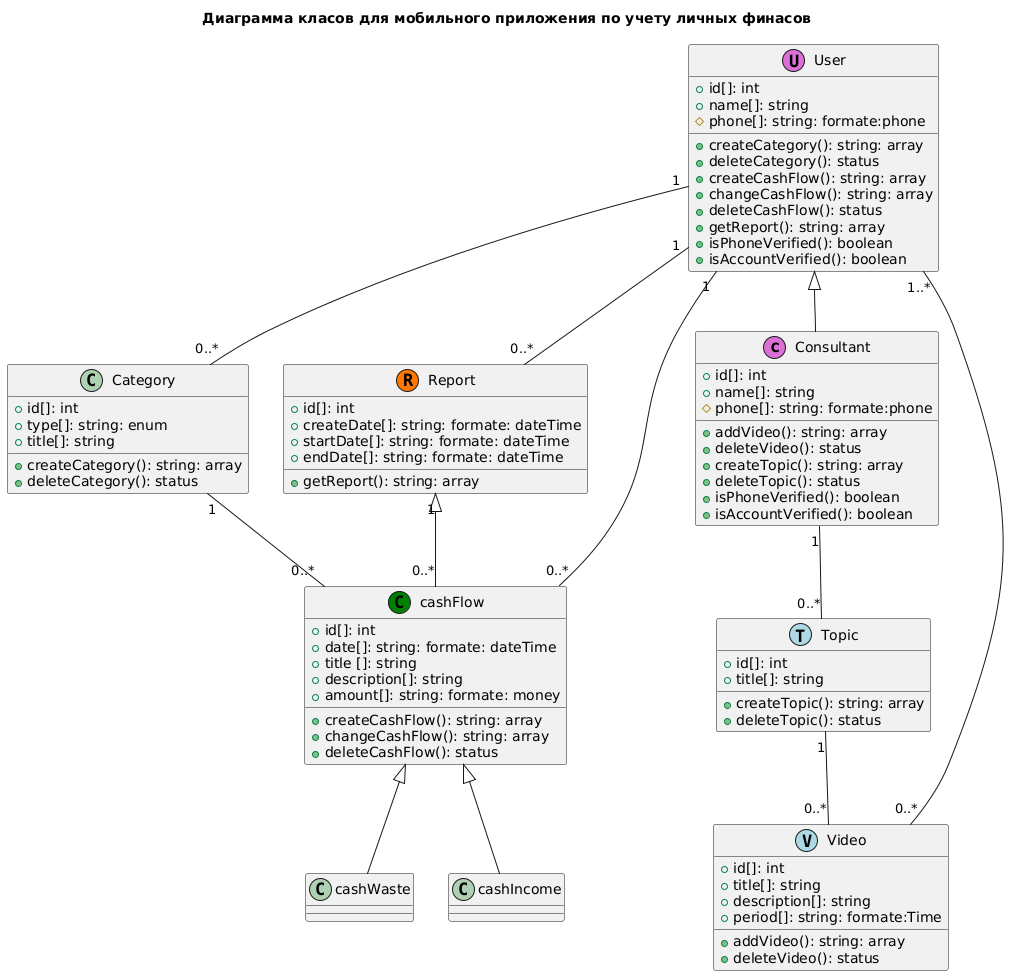
Earlier version of the PlantUML export mobileapp.png (OksanaKuznetsova19/UML-and-BPMN-Diagrams).
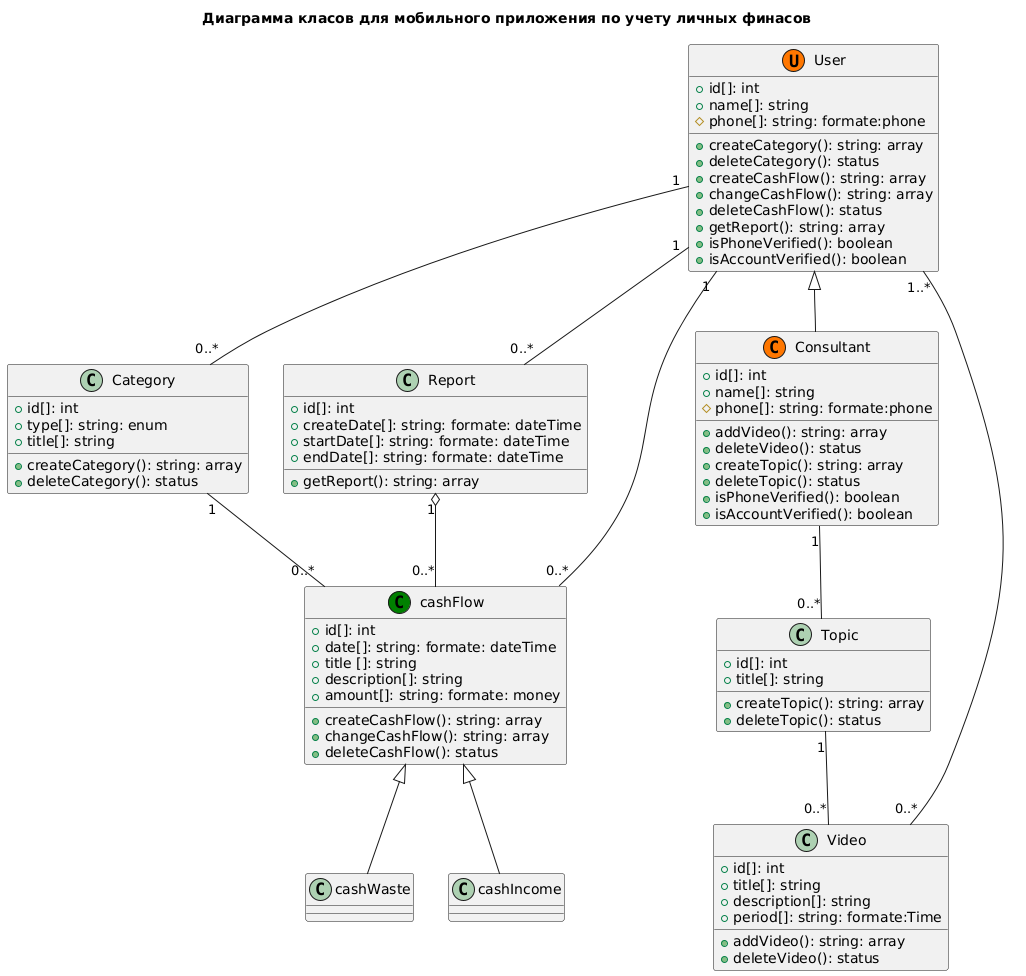
The same diagram one commit later.

The edit, as a diff of the source:
```diff
@@ -5,7 +5,7 @@
  together {
 
 
-class Consultant << (с,orchid) >> {
+class Consultant << (C,#FF7700) >> {
 +id[]: int
 +name[]: string
 #phone[]: string: formate:phone
@@ -16,7 +16,7 @@
 +isPhoneVerified(): boolean
 +isAccountVerified(): boolean
 }
-class User << (U,orchid) >> {
+class User << (U,#FF7700) >> {
 +id[]: int
 +name[]: string
 #phone[]: string: formate:phone
@@ -32,14 +32,14 @@
 }
 
 together {
-class Topic << (T,lightblue) >>{
+class Topic {
 +id[]: int
 +title[]: string
 +createTopic(): string: array
 +deleteTopic(): status
 }
 
-class Video << (V,lightblue) >> {
+class Video  {
 +id[]: int
 +title[]: string
 +description[]: string
@@ -53,7 +53,7 @@
 
 together {
 
-class Report << (R,#FF7700) >> {
+class Report  {
 +id[]: int
 +createDate[]: string: formate: dateTime
 +startDate[]: string: formate: dateTime
@@ -99,5 +99,5 @@
  Consultant "1" -- "0..*" Topic
  Topic "1" -- "0..*" Video
  Category "1" -- "0..*" cashFlow
- Report "1" <|-- "0..*" cashFlow
+ Report "1" o-- "0..*" cashFlow
 @enduml
```
